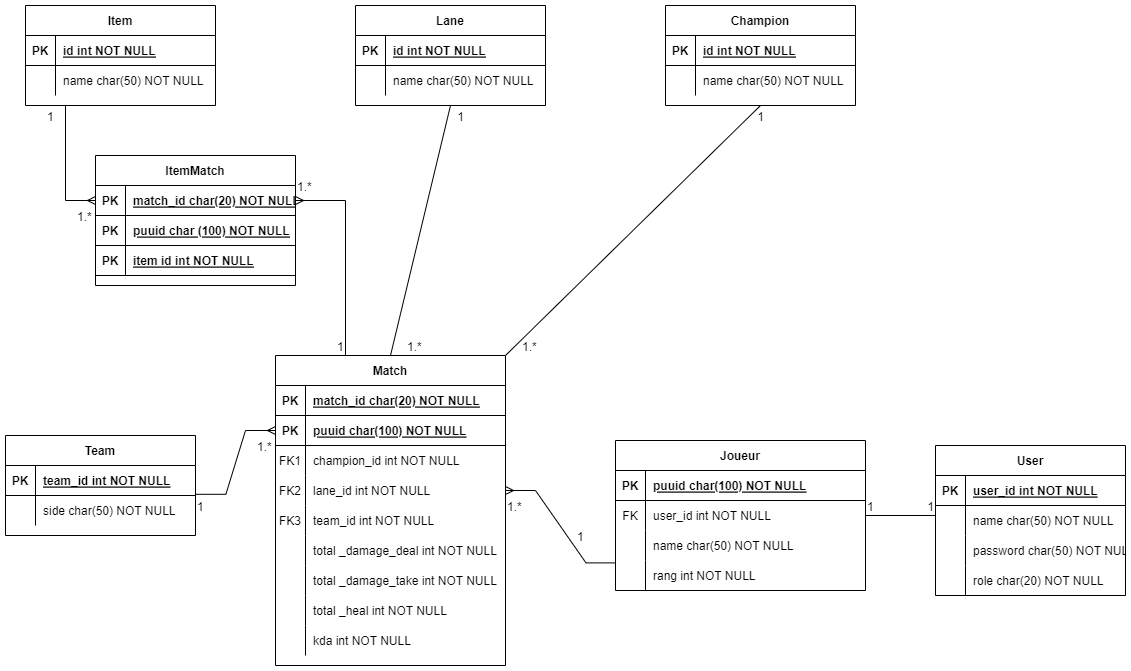
Earlier version of the draw.io export doc/Diagramme de donnees.png (Niyo-D-JC/Outil-Analyse-LOL). Source tidied: cells renumbered, new cells last; positions are measured from the earlier drawing's top-left corner, leaving out a move shared by most shapes.
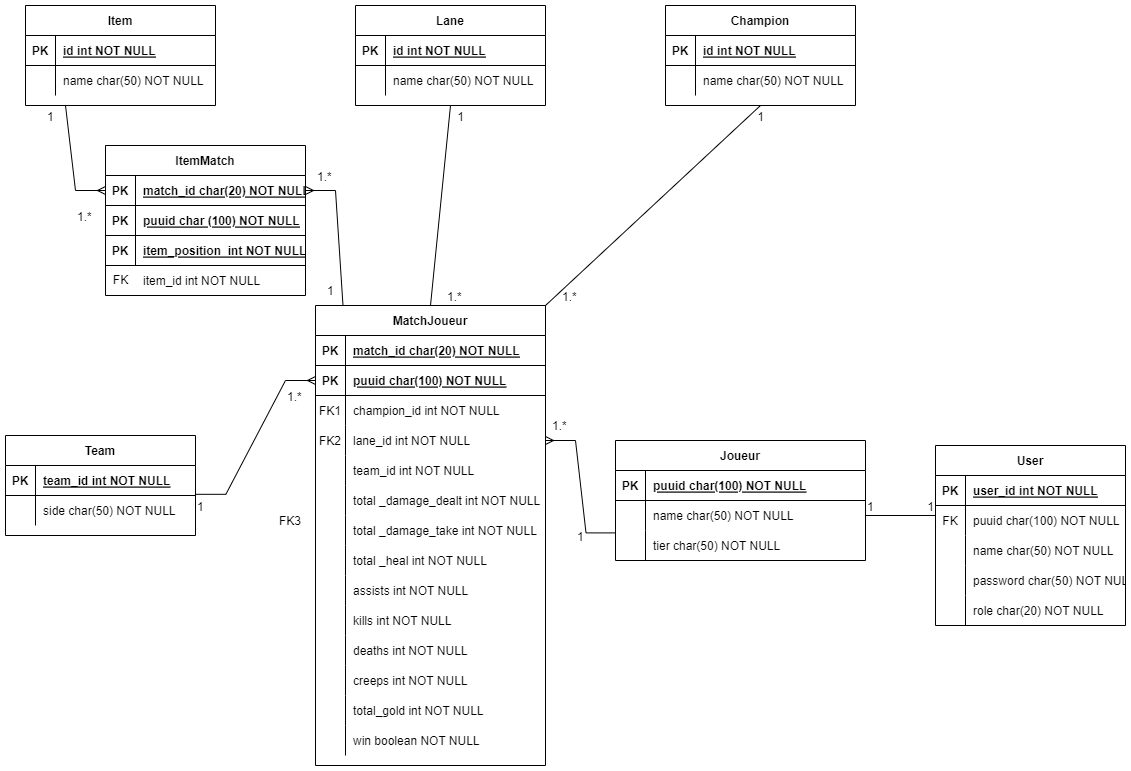
After the change.

The edit, as a diff of the source:
```diff
@@ -3,7 +3,7 @@
     <mxCell id="0" />
     <mxCell id="1" parent="0" />
     <mxCell id="2" value="Joueur" style="shape=table;startSize=30;rowLines=0;fontStyle=1;align=center;" parent="1" vertex="1">
-      <mxGeometry x="610" y="435" width="250" height="150" as="geometry" />
+      <mxGeometry x="610" y="435" width="250" height="120" as="geometry" />
     </mxCell>
     <mxCell id="3" style="shape=partialRectangle;fillColor=none;top=0;left=0;right=0;bottom=1;" parent="2" vertex="1">
       <mxGeometry y="30" width="250" height="30" as="geometry" />
@@ -14,17 +14,8 @@
     <mxCell id="5" value="puuid char(100) NOT NULL " style="shape=partialRectangle;overflow=hidden;fillColor=none;top=0;left=0;bottom=0;right=0;align=left;spacingLeft=6;fontStyle=5;" parent="3" vertex="1">
       <mxGeometry x="30" width="220" height="30" as="geometry" />
     </mxCell>
-    <mxCell id="6" style="shape=partialRectangle;fillColor=none;points=[[0,0.5],[1,0.5]];portConstraint=eastwest;top=0;left=0;right=0;bottom=0;" parent="2" vertex="1">
-      <mxGeometry y="60" width="250" height="30" as="geometry" />
-    </mxCell>
-    <mxCell id="7" value="FK" style="shape=partialRectangle;overflow=hidden;fillColor=none;top=0;left=0;bottom=0;right=0;" parent="6" vertex="1">
-      <mxGeometry width="30" height="30" as="geometry" />
-    </mxCell>
-    <mxCell id="8" value="user_id int NOT NULL" style="shape=partialRectangle;overflow=hidden;fillColor=none;top=0;left=0;bottom=0;right=0;align=left;spacingLeft=6;" parent="6" vertex="1">
-      <mxGeometry x="30" width="220" height="30" as="geometry" />
-    </mxCell>
     <mxCell id="9" style="shape=partialRectangle;fillColor=none;top=0;left=0;right=0;bottom=0;" parent="2" vertex="1">
-      <mxGeometry y="90" width="250" height="30" as="geometry" />
+      <mxGeometry y="60" width="250" height="30" as="geometry" />
     </mxCell>
     <mxCell id="10" style="shape=partialRectangle;overflow=hidden;fillColor=none;top=0;left=0;bottom=0;right=0;" parent="9" vertex="1">
       <mxGeometry width="30" height="30" as="geometry" />
@@ -33,12 +24,12 @@
       <mxGeometry x="30" width="220" height="30" as="geometry" />
     </mxCell>
     <mxCell id="12" style="shape=partialRectangle;fillColor=none;points=[[0,0.5],[1,0.5]];portConstraint=eastwest;top=0;left=0;right=0;bottom=0;" parent="2" vertex="1">
-      <mxGeometry y="120" width="250" height="30" as="geometry" />
+      <mxGeometry y="90" width="250" height="30" as="geometry" />
     </mxCell>
     <mxCell id="13" style="shape=partialRectangle;overflow=hidden;fillColor=none;top=0;left=0;bottom=0;right=0;" parent="12" vertex="1">
       <mxGeometry width="30" height="30" as="geometry" />
     </mxCell>
-    <mxCell id="14" value="rang int NOT NULL" style="shape=partialRectangle;overflow=hidden;fillColor=none;top=0;left=0;bottom=0;right=0;align=left;spacingLeft=6;" parent="12" vertex="1">
+    <mxCell id="14" value="tier char(50) NOT NULL" style="shape=partialRectangle;overflow=hidden;fillColor=none;top=0;left=0;bottom=0;right=0;align=left;spacingLeft=6;" parent="12" vertex="1">
       <mxGeometry x="30" width="220" height="30" as="geometry" />
     </mxCell>
     <mxCell id="15" value="Item" style="shape=table;startSize=30;rowLines=0;fontStyle=1;align=center;" parent="1" vertex="1">
@@ -63,7 +54,7 @@
       <mxGeometry x="30" width="160" height="30" as="geometry" />
     </mxCell>
     <mxCell id="22" value="User" style="shape=table;startSize=30;rowLines=0;fontStyle=1;align=center;" parent="1" vertex="1">
-      <mxGeometry x="930" y="440" width="190" height="150" as="geometry" />
+      <mxGeometry x="930" y="440" width="190" height="180" as="geometry" />
     </mxCell>
     <mxCell id="23" style="shape=partialRectangle;fillColor=none;top=0;left=0;right=0;bottom=1;" parent="22" vertex="1">
       <mxGeometry y="30" width="190" height="30" as="geometry" />
@@ -77,14 +68,23 @@
     <mxCell id="26" style="shape=partialRectangle;fillColor=none;points=[[0,0.5],[1,0.5]];portConstraint=eastwest;top=0;left=0;right=0;bottom=0;" parent="22" vertex="1">
       <mxGeometry y="60" width="190" height="30" as="geometry" />
     </mxCell>
-    <mxCell id="27" style="shape=partialRectangle;overflow=hidden;fillColor=none;top=0;left=0;bottom=0;right=0;" parent="26" vertex="1">
+    <mxCell id="27" value="FK" style="shape=partialRectangle;overflow=hidden;fillColor=none;top=0;left=0;bottom=0;right=0;" parent="26" vertex="1">
       <mxGeometry width="30" height="30" as="geometry" />
     </mxCell>
-    <mxCell id="28" value="name char(50) NOT NULL" style="shape=partialRectangle;overflow=hidden;fillColor=none;top=0;left=0;bottom=0;right=0;align=left;spacingLeft=6;" parent="26" vertex="1">
+    <mxCell id="28" value="puuid char(100) NOT NULL" style="shape=partialRectangle;overflow=hidden;fillColor=none;top=0;left=0;bottom=0;right=0;align=left;spacingLeft=6;" parent="26" vertex="1">
       <mxGeometry x="30" width="160" height="30" as="geometry" />
     </mxCell>
+    <mxCell id="116" style="shape=partialRectangle;fillColor=none;top=0;left=0;right=0;bottom=0;" parent="22" vertex="1">
+      <mxGeometry y="90" width="190" height="30" as="geometry" />
+    </mxCell>
+    <mxCell id="117" style="shape=partialRectangle;overflow=hidden;fillColor=none;top=0;left=0;bottom=0;right=0;" parent="116" vertex="1">
+      <mxGeometry width="30" height="30" as="geometry" />
+    </mxCell>
+    <mxCell id="118" value="name char(50) NOT NULL" style="shape=partialRectangle;overflow=hidden;fillColor=none;top=0;left=0;bottom=0;right=0;align=left;spacingLeft=6;" parent="116" vertex="1">
+      <mxGeometry x="30" width="160" height="30" as="geometry" />
+    </mxCell>
     <mxCell id="29" style="shape=partialRectangle;fillColor=none;top=0;left=0;right=0;bottom=0;" parent="22" vertex="1">
-      <mxGeometry y="90" width="190" height="30" as="geometry" />
+      <mxGeometry y="120" width="190" height="30" as="geometry" />
     </mxCell>
     <mxCell id="30" style="shape=partialRectangle;overflow=hidden;fillColor=none;top=0;left=0;bottom=0;right=0;" parent="29" vertex="1">
       <mxGeometry width="30" height="30" as="geometry" />
@@ -93,7 +93,7 @@
       <mxGeometry x="30" width="160" height="30" as="geometry" />
     </mxCell>
     <mxCell id="32" style="shape=partialRectangle;fillColor=none;top=0;left=0;right=0;bottom=0;" parent="22" vertex="1">
-      <mxGeometry y="120" width="190" height="30" as="geometry" />
+      <mxGeometry y="150" width="190" height="30" as="geometry" />
     </mxCell>
     <mxCell id="33" style="shape=partialRectangle;overflow=hidden;fillColor=none;top=0;left=0;bottom=0;right=0;" parent="32" vertex="1">
       <mxGeometry width="30" height="30" as="geometry" />
@@ -101,8 +101,10 @@
     <mxCell id="34" value="role char(20) NOT NULL" style="shape=partialRectangle;overflow=hidden;fillColor=none;top=0;left=0;bottom=0;right=0;align=left;spacingLeft=6;" parent="32" vertex="1">
       <mxGeometry x="30" width="160" height="30" as="geometry" />
     </mxCell>
-    <mxCell id="35" style="endArrow=none;html=1;rounded=0;entryX=0;entryY=0.333;entryDx=0;entryDy=0;exitX=1;exitY=0.5;exitDx=0;exitDy=0;entryPerimeter=0;" parent="1" edge="1" source="6" target="26">
-      <mxGeometry relative="1" as="geometry" />
+    <mxCell id="35" style="endArrow=none;html=1;rounded=0;entryX=0;entryY=0.333;entryDx=0;entryDy=0;exitX=1;exitY=0.5;exitDx=0;exitDy=0;entryPerimeter=0;" parent="1" edge="1" target="26">
+      <mxGeometry relative="1" as="geometry">
+        <mxPoint x="860" y="510" as="sourcePoint" />
+      </mxGeometry>
     </mxCell>
     <mxCell id="36" value="1" style="html=1;whiteSpace=wrap;align=left;verticalAlign=bottom;" parent="35" vertex="1">
       <mxGeometry x="-1" relative="1" as="geometry" />
@@ -173,8 +175,8 @@
     <mxCell id="58" value="side char(50) NOT NULL" style="shape=partialRectangle;overflow=hidden;fillColor=none;top=0;left=0;bottom=0;right=0;align=left;spacingLeft=6;" parent="56" vertex="1">
       <mxGeometry x="30" width="160" height="30" as="geometry" />
     </mxCell>
-    <mxCell id="59" value="Match" style="shape=table;startSize=30;rowLines=0;fontStyle=1;align=center;" parent="1" vertex="1">
-      <mxGeometry x="270" y="350" width="230" height="310" as="geometry" />
+    <mxCell id="59" value="MatchJoueur" style="shape=table;startSize=30;rowLines=0;fontStyle=1;align=center;" parent="1" vertex="1">
+      <mxGeometry x="310" y="300" width="230" height="460" as="geometry" />
     </mxCell>
     <mxCell id="60" style="shape=partialRectangle;fillColor=none;top=0;left=0;right=0;bottom=1;" parent="59" vertex="1">
       <mxGeometry y="30" width="230" height="30" as="geometry" />
@@ -227,7 +229,7 @@
     <mxCell id="76" style="shape=partialRectangle;overflow=hidden;fillColor=none;top=0;left=0;bottom=0;right=0;" parent="75" vertex="1">
       <mxGeometry width="30" height="30" as="geometry" />
     </mxCell>
-    <mxCell id="77" value="total _damage_deal int NOT NULL" style="shape=partialRectangle;overflow=hidden;fillColor=none;top=0;left=0;bottom=0;right=0;align=left;spacingLeft=6;" parent="75" vertex="1">
+    <mxCell id="77" value="total _damage_dealt int NOT NULL" style="shape=partialRectangle;overflow=hidden;fillColor=none;top=0;left=0;bottom=0;right=0;align=left;spacingLeft=6;" parent="75" vertex="1">
       <mxGeometry x="30" width="200" height="30" as="geometry" />
     </mxCell>
     <mxCell id="78" style="shape=partialRectangle;fillColor=none;top=0;left=0;right=0;bottom=0;" parent="59" vertex="1">
@@ -251,12 +253,57 @@
     <mxCell id="84" style="shape=partialRectangle;fillColor=none;top=0;left=0;right=0;bottom=0;" parent="59" vertex="1">
       <mxGeometry y="270" width="230" height="30" as="geometry" />
     </mxCell>
-    <mxCell id="85" style="shape=partialRectangle;overflow=hidden;fillColor=none;top=0;left=0;bottom=0;right=0;" parent="84" vertex="1">
-      <mxGeometry width="30" height="30" as="geometry" />
-    </mxCell>
-    <mxCell id="86" value="kda int NOT NULL" style="shape=partialRectangle;overflow=hidden;fillColor=none;top=0;left=0;bottom=0;right=0;align=left;spacingLeft=6;" parent="84" vertex="1">
-      <mxGeometry x="30" width="200" height="30" as="geometry" />
-    </mxCell>
+    <mxCell id="119" style="shape=partialRectangle;overflow=hidden;fillColor=none;top=0;left=0;bottom=0;right=0;" parent="84" vertex="1">
+      <mxGeometry width="30" height="30" as="geometry" />
+    </mxCell>
+    <mxCell id="120" value="assists int NOT NULL" style="shape=partialRectangle;overflow=hidden;fillColor=none;top=0;left=0;bottom=0;right=0;align=left;spacingLeft=6;" parent="84" vertex="1">
+      <mxGeometry x="30" width="200" height="30" as="geometry" />
+    </mxCell>
+    <mxCell id="121" style="shape=partialRectangle;fillColor=none;top=0;left=0;right=0;bottom=0;" parent="59" vertex="1">
+      <mxGeometry y="300" width="230" height="30" as="geometry" />
+    </mxCell>
+    <mxCell id="122" style="shape=partialRectangle;overflow=hidden;fillColor=none;top=0;left=0;bottom=0;right=0;" parent="121" vertex="1">
+      <mxGeometry width="30" height="30" as="geometry" />
+    </mxCell>
+    <mxCell id="123" value="kills int NOT NULL" style="shape=partialRectangle;overflow=hidden;fillColor=none;top=0;left=0;bottom=0;right=0;align=left;spacingLeft=6;" parent="121" vertex="1">
+      <mxGeometry x="30" width="200" height="30" as="geometry" />
+    </mxCell>
+    <mxCell id="124" style="shape=partialRectangle;fillColor=none;top=0;left=0;right=0;bottom=0;" parent="59" vertex="1">
+      <mxGeometry y="330" width="230" height="30" as="geometry" />
+    </mxCell>
+    <mxCell id="125" style="shape=partialRectangle;overflow=hidden;fillColor=none;top=0;left=0;bottom=0;right=0;" parent="124" vertex="1">
+      <mxGeometry width="30" height="30" as="geometry" />
+    </mxCell>
+    <mxCell id="126" value="deaths int NOT NULL" style="shape=partialRectangle;overflow=hidden;fillColor=none;top=0;left=0;bottom=0;right=0;align=left;spacingLeft=6;" parent="124" vertex="1">
+      <mxGeometry x="30" width="200" height="30" as="geometry" />
+    </mxCell>
+    <mxCell id="127" style="shape=partialRectangle;fillColor=none;top=0;left=0;right=0;bottom=0;" parent="59" vertex="1">
+      <mxGeometry y="360" width="230" height="30" as="geometry" />
+    </mxCell>
+    <mxCell id="128" style="shape=partialRectangle;overflow=hidden;fillColor=none;top=0;left=0;bottom=0;right=0;" parent="127" vertex="1">
+      <mxGeometry width="30" height="30" as="geometry" />
+    </mxCell>
+    <mxCell id="129" value="creeps int NOT NULL" style="shape=partialRectangle;overflow=hidden;fillColor=none;top=0;left=0;bottom=0;right=0;align=left;spacingLeft=6;" parent="127" vertex="1">
+      <mxGeometry x="30" width="200" height="30" as="geometry" />
+    </mxCell>
+    <mxCell id="130" style="shape=partialRectangle;fillColor=none;top=0;left=0;right=0;bottom=0;" parent="59" vertex="1">
+      <mxGeometry y="390" width="230" height="30" as="geometry" />
+    </mxCell>
+    <mxCell id="131" style="shape=partialRectangle;overflow=hidden;fillColor=none;top=0;left=0;bottom=0;right=0;" parent="130" vertex="1">
+      <mxGeometry width="30" height="30" as="geometry" />
+    </mxCell>
+    <mxCell id="132" value="total_gold int NOT NULL" style="shape=partialRectangle;overflow=hidden;fillColor=none;top=0;left=0;bottom=0;right=0;align=left;spacingLeft=6;" parent="130" vertex="1">
+      <mxGeometry x="30" width="200" height="30" as="geometry" />
+    </mxCell>
+    <mxCell id="133" style="shape=partialRectangle;fillColor=none;top=0;left=0;right=0;bottom=0;" parent="59" vertex="1">
+      <mxGeometry y="420" width="230" height="30" as="geometry" />
+    </mxCell>
+    <mxCell id="134" style="shape=partialRectangle;overflow=hidden;fillColor=none;top=0;left=0;bottom=0;right=0;" parent="133" vertex="1">
+      <mxGeometry width="30" height="30" as="geometry" />
+    </mxCell>
+    <mxCell id="135" value="win boolean NOT NULL" style="shape=partialRectangle;overflow=hidden;fillColor=none;top=0;left=0;bottom=0;right=0;align=left;spacingLeft=6;" parent="133" vertex="1">
+      <mxGeometry x="30" width="200" height="30" as="geometry" />
+    </mxCell>
     <mxCell id="87" style="edgeStyle=entityRelationEdgeStyle;fontSize=12;html=1;endArrow=ERmany;rounded=0;exitX=0.002;exitY=0.08;exitDx=0;exitDy=0;entryX=1;entryY=0.5;entryDx=0;entryDy=0;exitPerimeter=0;" parent="1" edge="1" source="12" target="69">
       <mxGeometry relative="1" as="geometry" />
     </mxCell>
@@ -289,10 +336,11 @@
         <mxPoint x="5" y="20" as="offset" />
       </mxGeometry>
     </mxCell>
-    <mxCell id="95" style="edgeStyle=entityRelationEdgeStyle;fontSize=12;html=1;endArrow=ERmany;rounded=0;entryX=1;entryY=0.5;entryDx=0;entryDy=0;" parent="1" edge="1" target="98">
+    <mxCell id="95" style="edgeStyle=entityRelationEdgeStyle;fontSize=12;html=1;endArrow=ERmany;rounded=0;entryX=1;entryY=0.5;entryDx=0;entryDy=0;exitX=0.25;exitY=0;exitDx=0;exitDy=0;" parent="1" edge="1" source="59" target="98">
       <mxGeometry relative="1" as="geometry">
-        <mxPoint x="310" y="350" as="sourcePoint" />
         <Array as="points">
+          <mxPoint x="340" y="290" />
+          <mxPoint x="335" y="300" />
           <mxPoint x="310" y="310" />
           <mxPoint x="340" y="260" />
           <mxPoint x="340" y="260" />
@@ -307,7 +355,7 @@
       </mxGeometry>
     </mxCell>
     <mxCell id="97" value="ItemMatch" style="shape=table;startSize=30;rowLines=0;fontStyle=1;align=center;" parent="1" vertex="1">
-      <mxGeometry x="90" y="150" width="200" height="130" as="geometry" />
+      <mxGeometry x="100" y="140" width="200" height="150" as="geometry" />
     </mxCell>
     <mxCell id="98" style="shape=partialRectangle;fillColor=none;points=[[0,0.5],[1,0.5]];portConstraint=eastwest;top=0;left=0;right=0;bottom=1;" parent="97" vertex="1">
       <mxGeometry y="30" width="200" height="30" as="geometry" />
@@ -333,20 +381,22 @@
     <mxCell id="105" value="PK" style="shape=partialRectangle;overflow=hidden;fillColor=none;top=0;left=0;bottom=0;right=0;fontStyle=1;" parent="104" vertex="1">
       <mxGeometry width="30" height="30" as="geometry" />
     </mxCell>
-    <mxCell id="106" value="item id int NOT NULL " style="shape=partialRectangle;overflow=hidden;fillColor=none;top=0;left=0;bottom=0;right=0;align=left;spacingLeft=6;fontStyle=5;" parent="104" vertex="1">
+    <mxCell id="106" value="item_position  int NOT NULL " style="shape=partialRectangle;overflow=hidden;fillColor=none;top=0;left=0;bottom=0;right=0;align=left;spacingLeft=6;fontStyle=5;" parent="104" vertex="1">
       <mxGeometry x="30" width="170" height="30" as="geometry" />
     </mxCell>
-    <mxCell id="107" value="1.*" style="html=1;whiteSpace=wrap;align=left;verticalAlign=bottom;" parent="1" vertex="1">
-      <mxGeometry x="290" y="190" as="geometry" />
+    <mxCell id="107" value="1.*" style="html=1;whiteSpace=wrap;align=left;verticalAlign=bottom;rotation=0;" parent="1" vertex="1">
+      <mxGeometry x="310" y="180" as="geometry" />
     </mxCell>
     <mxCell id="108" value="1.*" style="html=1;whiteSpace=wrap;align=left;verticalAlign=bottom;" parent="1" vertex="1">
       <mxGeometry x="70" y="220" as="geometry" />
     </mxCell>
     <mxCell id="109" value="1.*" style="html=1;whiteSpace=wrap;align=left;verticalAlign=bottom;" parent="1" vertex="1">
-      <mxGeometry x="250" y="450" as="geometry" />
+      <mxGeometry x="280" y="400" as="geometry" />
     </mxCell>
     <mxCell id="110" value="1.*" style="html=1;whiteSpace=wrap;align=left;verticalAlign=bottom;" parent="1" vertex="1">
-      <mxGeometry x="500" y="510" as="geometry" />
+      <mxGeometry x="515" y="435" as="geometry">
+        <mxPoint x="30" y="-6" as="offset" />
+      </mxGeometry>
     </mxCell>
     <mxCell id="111" value="1" style="html=1;whiteSpace=wrap;align=left;verticalAlign=bottom;" parent="1" vertex="1">
       <mxGeometry x="570" y="540" as="geometry" />
@@ -355,7 +405,9 @@
       <mxGeometry x="190" y="510" as="geometry" />
     </mxCell>
     <mxCell id="113" value="1" style="html=1;whiteSpace=wrap;align=left;verticalAlign=bottom;" parent="1" vertex="1">
-      <mxGeometry x="330" y="350" as="geometry" />
+      <mxGeometry x="345" y="350" as="geometry">
+        <mxPoint x="-25" y="-56" as="offset" />
+      </mxGeometry>
     </mxCell>
     <mxCell id="114" value="1" style="html=1;whiteSpace=wrap;align=left;verticalAlign=bottom;" parent="1" vertex="1">
       <mxGeometry x="40" y="120" as="geometry" />
@@ -363,5 +415,11 @@
     <mxCell id="115" value="FK3" style="shape=partialRectangle;overflow=hidden;fillColor=none;top=0;left=0;bottom=0;right=0;" parent="1" vertex="1">
       <mxGeometry x="270" y="500" width="30" height="30" as="geometry" />
     </mxCell>
+    <mxCell id="136" value="item_id int NOT NULL" style="shape=partialRectangle;overflow=hidden;fillColor=none;top=0;left=0;bottom=0;right=0;align=left;spacingLeft=6;" parent="1" vertex="1">
+      <mxGeometry x="130" y="260" width="160" height="30" as="geometry" />
+    </mxCell>
+    <mxCell id="7" value="FK" style="text;html=1;align=center;verticalAlign=middle;strokeColor=none;fillColor=none;" parent="1" vertex="1">
+      <mxGeometry x="95" y="260" width="40" height="30" as="geometry" />
+    </mxCell>
   </root>
 </mxGraphModel>
```
